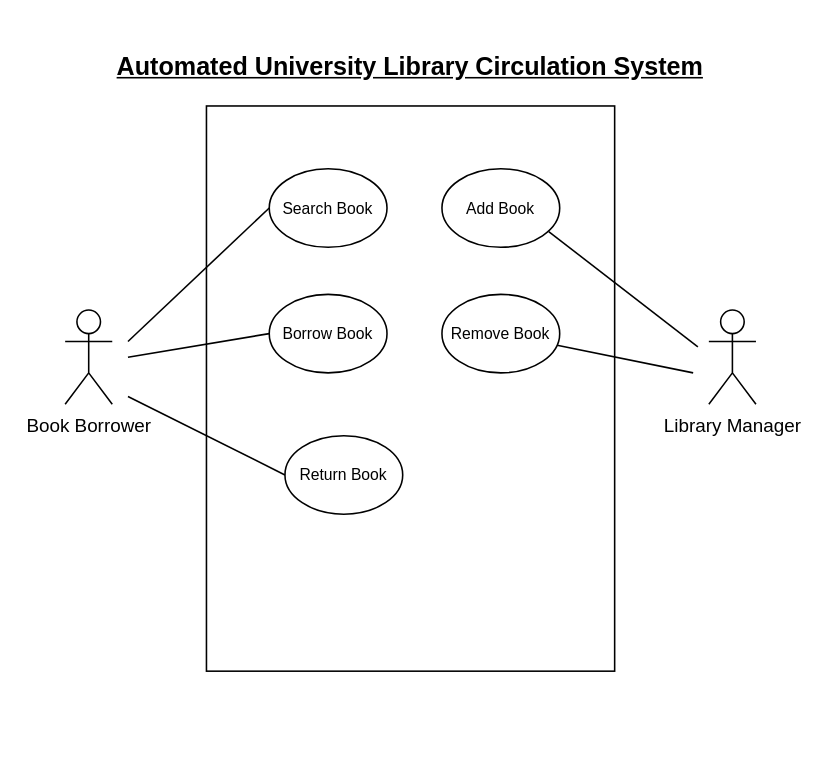
vasapon455/diagram keeps this draw.io diagram as page "Use Case Diagram" (1 of 2) of Assigment2 Class4.drawio. Above is the earlier version. Source tidied: cells renumbered, new cells numbered last; positions are measured from the earlier drawing's top-left corner, leaving out a move shared by most shapes. Both pictures are drawn from the tidied source at 157%, with x=0, y=0 at pixel (64, 42).
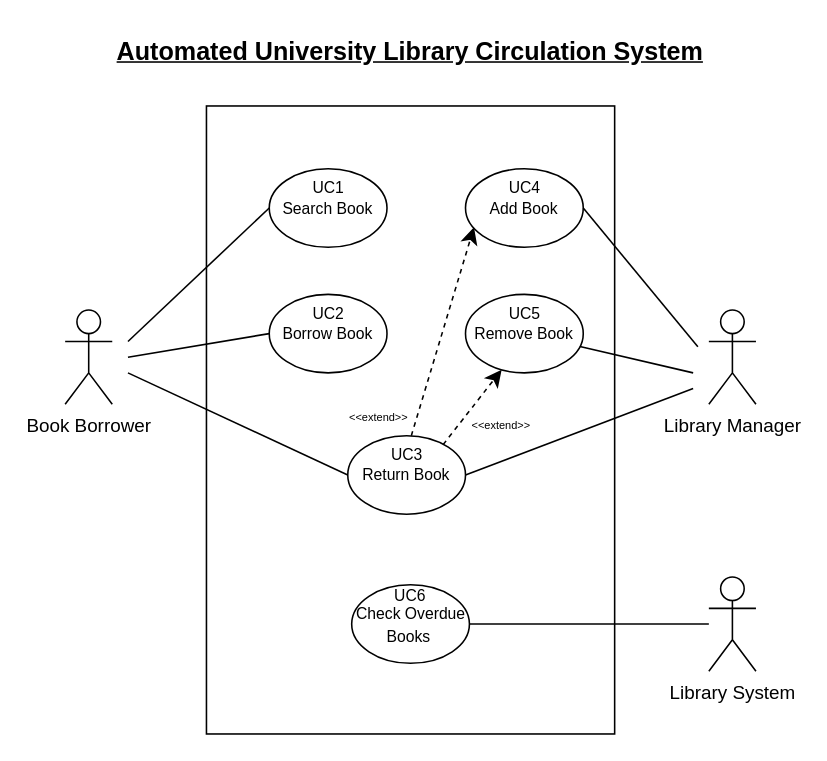
After the change.

The edit, as a diff of the source:
```diff
@@
     <mxCell id="2" style="rounded=0;whiteSpace=wrap;html=1;" parent="1" vertex="1">
-      <mxGeometry x="90" y="40" width="260" height="360" as="geometry" />
+      <mxGeometry x="90" y="40" width="260" height="400" as="geometry" />
     </mxCell>
@@
     <mxCell id="4" value="&lt;b&gt;&lt;u&gt;Automated University Library Circulation System&#9;&lt;/u&gt;&lt;/b&gt;" style="text;html=1;align=center;verticalAlign=middle;whiteSpace=wrap;rounded=0;fontSize=16;" parent="1" vertex="1">
-      <mxGeometry x="10" width="420" height="30" as="geometry" />
+      <mxGeometry x="10" y="-10" width="420" height="30" as="geometry" />
     </mxCell>
@@
     <mxCell id="10" value="&lt;font style=&quot;font-size: 10px;&quot;&gt;Return Book&lt;/font&gt;" style="ellipse;whiteSpace=wrap;html=1;" parent="1" vertex="1">
-      <mxGeometry x="140" y="250" width="75" height="50" as="geometry" />
+      <mxGeometry x="180" y="250" width="75" height="50" as="geometry" />
     </mxCell>
     <mxCell id="11" style="endArrow=none;html=1;rounded=0;fontSize=12;startSize=8;endSize=8;curved=1;entryX=0;entryY=0.5;entryDx=0;entryDy=0;" parent="1" edge="1" target="10">
       <mxGeometry relative="1" as="geometry">
-        <mxPoint x="40" y="225" as="sourcePoint" />
+        <mxPoint x="40" y="210" as="sourcePoint" />
       </mxGeometry>
     </mxCell>
     <mxCell id="12" value="&lt;font style=&quot;font-size: 10px;&quot;&gt;Add Book&lt;/font&gt;" style="ellipse;whiteSpace=wrap;html=1;" parent="1" vertex="1">
-      <mxGeometry x="240" y="80" width="75" height="50" as="geometry" />
+      <mxGeometry x="255" y="80" width="75" height="50" as="geometry" />
     </mxCell>
-    <mxCell id="13" style="endArrow=none;html=1;rounded=0;fontSize=12;startSize=8;endSize=8;curved=1;entryX=0;entryY=0.5;entryDx=0;entryDy=0;" parent="1" edge="1">
+    <mxCell id="13" style="endArrow=none;html=1;rounded=0;fontSize=12;startSize=8;endSize=8;curved=1;entryX=1;entryY=0.5;entryDx=0;entryDy=0;" parent="1" edge="1" target="12">
       <mxGeometry relative="1" as="geometry">
         <mxPoint x="403" y="193.4" as="sourcePoint" />
-        <mxPoint x="308" y="120" as="targetPoint" />
       </mxGeometry>
     </mxCell>
     <mxCell id="14" value="&lt;font style=&quot;font-size: 10px;&quot;&gt;Remove Book&lt;/font&gt;" style="ellipse;whiteSpace=wrap;html=1;" parent="1" vertex="1">
-      <mxGeometry x="240" y="160" width="75" height="50" as="geometry" />
+      <mxGeometry x="255" y="160" width="75" height="50" as="geometry" />
     </mxCell>
-    <mxCell id="15" style="endArrow=none;html=1;rounded=0;fontSize=12;startSize=8;endSize=8;curved=1;" parent="1" edge="1" target="14">
+    <mxCell id="15" style="endArrow=none;html=1;rounded=0;fontSize=12;startSize=8;endSize=8;curved=1;" parent="1" edge="1" source="14">
       <mxGeometry relative="1" as="geometry">
-        <mxPoint x="400" y="210" as="sourcePoint" />
+        <mxPoint x="400" y="210" as="targetPoint" />
       </mxGeometry>
     </mxCell>
+    <mxCell id="16" style="endArrow=none;html=1;rounded=0;fontSize=12;startSize=8;endSize=8;curved=1;exitX=1;exitY=0.5;exitDx=0;exitDy=0;" parent="1" edge="1" source="10">
+      <mxGeometry relative="1" as="geometry">
+        <mxPoint x="400" y="220" as="targetPoint" />
+      </mxGeometry>
+    </mxCell>
+    <mxCell id="17" value="&lt;font style=&quot;font-size: 10px;&quot;&gt;UC1&lt;/font&gt;" style="text;html=1;align=center;verticalAlign=middle;whiteSpace=wrap;rounded=0;fontSize=16;" parent="1" vertex="1">
+      <mxGeometry x="137.5" y="80" width="60" height="20" as="geometry" />
+    </mxCell>
+    <mxCell id="18" value="&lt;font style=&quot;font-size: 10px;&quot;&gt;UC2&lt;/font&gt;" style="text;html=1;align=center;verticalAlign=middle;whiteSpace=wrap;rounded=0;fontSize=16;" parent="1" vertex="1">
+      <mxGeometry x="137.5" y="160" width="60" height="20" as="geometry" />
+    </mxCell>
+    <mxCell id="19" value="&lt;font style=&quot;font-size: 10px;&quot;&gt;UC4&lt;/font&gt;" style="text;html=1;align=center;verticalAlign=middle;whiteSpace=wrap;rounded=0;fontSize=16;" parent="1" vertex="1">
+      <mxGeometry x="262.5" y="80" width="60" height="20" as="geometry" />
+    </mxCell>
+    <mxCell id="20" value="&lt;font style=&quot;font-size: 10px;&quot;&gt;UC3&lt;/font&gt;" style="text;html=1;align=center;verticalAlign=middle;whiteSpace=wrap;rounded=0;fontSize=16;" parent="1" vertex="1">
+      <mxGeometry x="187.5" y="250" width="60" height="20" as="geometry" />
+    </mxCell>
+    <mxCell id="21" value="&lt;font style=&quot;font-size: 10px;&quot;&gt;UC5&lt;/font&gt;" style="text;html=1;align=center;verticalAlign=middle;whiteSpace=wrap;rounded=0;fontSize=16;" parent="1" vertex="1">
+      <mxGeometry x="262.5" y="160" width="60" height="20" as="geometry" />
+    </mxCell>
+    <mxCell id="22" value="Library System" style="shape=umlActor;verticalLabelPosition=bottom;verticalAlign=top;html=1;" parent="1" vertex="1">
+      <mxGeometry x="410" y="340" width="30" height="60" as="geometry" />
+    </mxCell>
+    <mxCell id="23" value="&lt;font style=&quot;font-size: 10px;&quot;&gt;Check Overdue Books&amp;nbsp;&lt;/font&gt;" style="ellipse;whiteSpace=wrap;html=1;" parent="1" vertex="1">
+      <mxGeometry x="182.5" y="345" width="75" height="50" as="geometry" />
+    </mxCell>
+    <mxCell id="24" style="endArrow=none;html=1;rounded=0;fontSize=12;startSize=8;endSize=8;curved=1;exitX=1;exitY=0.5;exitDx=0;exitDy=0;" parent="1" edge="1" source="23">
+      <mxGeometry relative="1" as="geometry">
+        <mxPoint x="410" y="370" as="targetPoint" />
+      </mxGeometry>
+    </mxCell>
+    <mxCell id="25" value="&lt;font style=&quot;font-size: 10px;&quot;&gt;UC6&lt;/font&gt;" style="text;html=1;align=center;verticalAlign=middle;whiteSpace=wrap;rounded=0;fontSize=16;" parent="1" vertex="1">
+      <mxGeometry x="190" y="340" width="60" height="20" as="geometry" />
+    </mxCell>
+    <mxCell id="26" style="endArrow=classic;html=1;rounded=0;fontSize=12;startSize=8;endSize=8;curved=1;dashed=1;entryX=0.307;entryY=0.96;entryDx=0;entryDy=0;entryPerimeter=0;exitX=0.811;exitY=0.112;exitDx=0;exitDy=0;exitPerimeter=0;" parent="1" edge="1" source="10" target="14">
+      <mxGeometry relative="1" as="geometry" />
+    </mxCell>
+    <mxCell id="27" style="endArrow=classic;html=1;rounded=0;fontSize=12;startSize=8;endSize=8;curved=1;dashed=1;entryX=0.072;entryY=0.744;entryDx=0;entryDy=0;entryPerimeter=0;exitX=0.811;exitY=0.112;exitDx=0;exitDy=0;exitPerimeter=0;" parent="1" edge="1" target="12">
+      <mxGeometry relative="1" as="geometry">
+        <mxPoint x="220.5" y="250" as="sourcePoint" />
+      </mxGeometry>
+    </mxCell>
+    <mxCell id="28" value="&lt;font style=&quot;font-size: 7px;&quot;&gt;&amp;lt;&amp;lt;extend&amp;gt;&amp;gt;&lt;/font&gt;" style="text;html=1;align=center;verticalAlign=middle;whiteSpace=wrap;rounded=0;fontSize=16;" parent="1" vertex="1">
+      <mxGeometry x="170" y="220" width="60" height="30" as="geometry" />
+    </mxCell>
+    <mxCell id="29" value="&lt;font style=&quot;font-size: 7px;&quot;&gt;&amp;lt;&amp;lt;extend&amp;gt;&amp;gt;&lt;/font&gt;" style="text;html=1;align=center;verticalAlign=middle;whiteSpace=wrap;rounded=0;fontSize=16;" parent="1" vertex="1">
+      <mxGeometry x="247.5" y="225" width="60" height="30" as="geometry" />
+    </mxCell>
```
